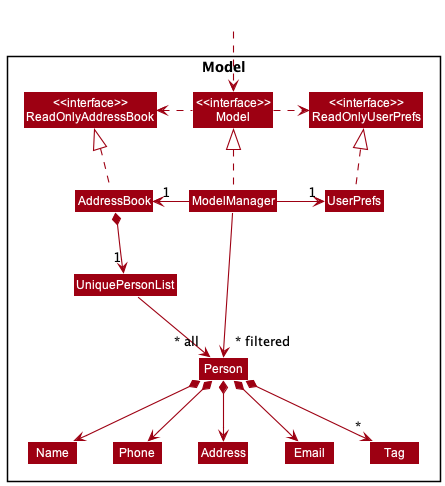
nus-cs2103-AY2223S1/tp keeps this PlantUML diagram as docs/images/ModelClassDiagram.png. Above is the earlier version.
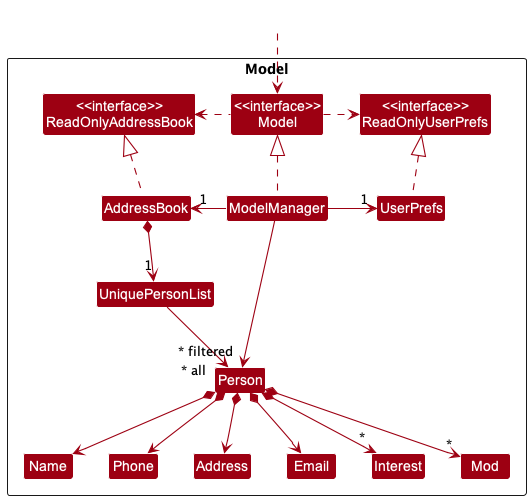
The same file after the commit.

What changed in the source:
```diff
@@ -18,7 +18,8 @@
 Class Email
 Class Name
 Class Phone
-Class Tag
+Class Interest
+Class Mod
 
 }
 
@@ -40,7 +41,8 @@
 Person *--> Phone
 Person *--> Email
 Person *--> Address
-Person *--> "*" Tag
+Person *--> "*" Interest
+Person *--> "*" Mod
 
 Name -[hidden]right-> Phone
 Phone -[hidden]right-> Address
```
